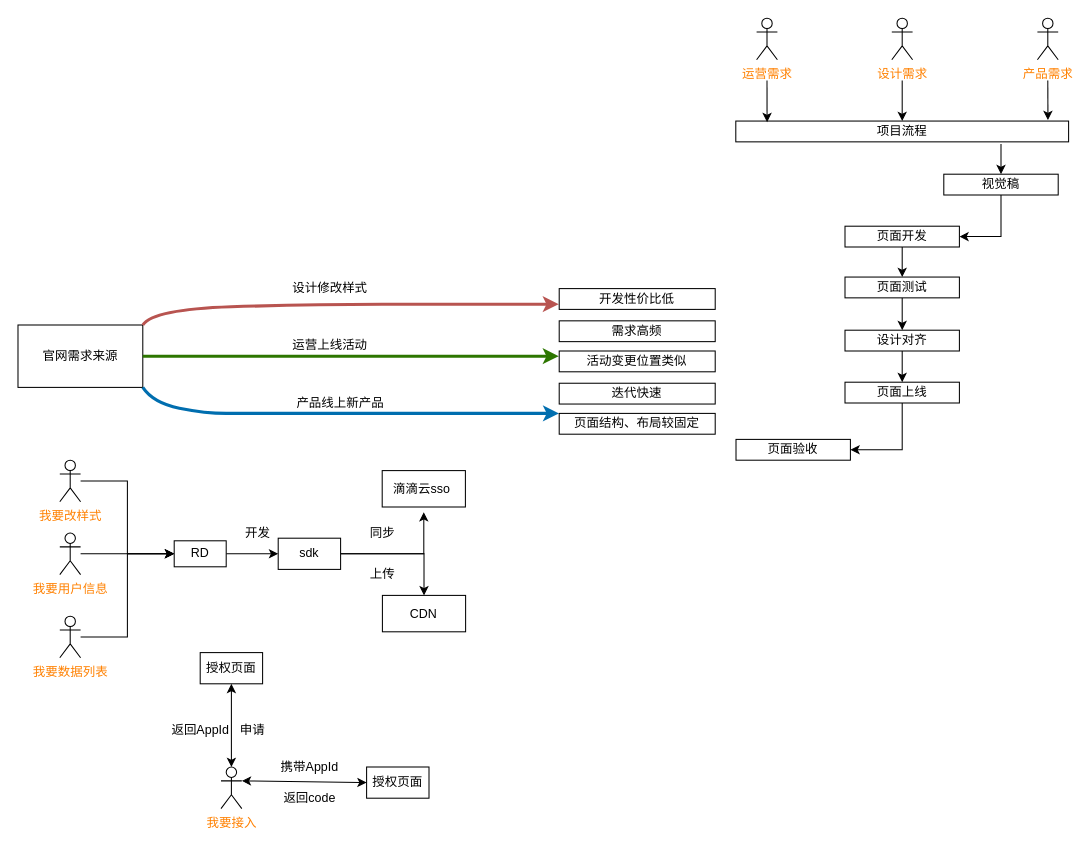
This is page "Page-1" (1 of 5) of Untitled Diagram.drawio from zyx1992/hexoDocs, a draw.io file, before an edit. Source tidied: cells renumbered, new cells numbered last; positions are measured from the earlier drawing's top-left corner, leaving out a move shared by most shapes. Both pictures are drawn from the tidied source at 104%, with x=0, y=0 at pixel (18, 18).
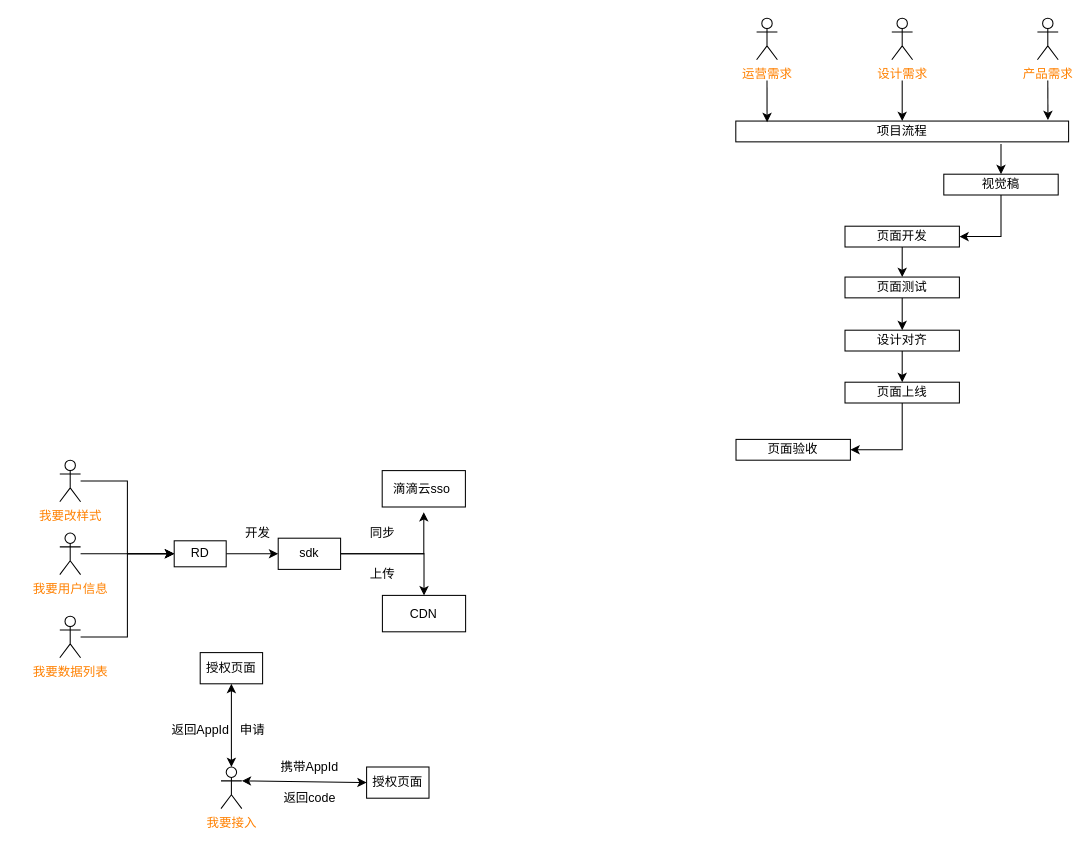
The same page after the edit.

Diff of the diagram source:
```diff
@@
-    <mxCell id="46" value="官网需求来源" style="rounded=0;whiteSpace=wrap;html=1;" parent="1" vertex="1">
-      <mxGeometry x="-0.2" y="295" width="120" height="60" as="geometry" />
-    </mxCell>
-    <mxCell id="47" style="curved=1;endArrow=classic;html=1;exitX=1;exitY=0;exitDx=0;exitDy=0;strokeWidth=3;fillColor=#f8cecc;strokeColor=#b85450;" parent="1" edge="1" source="46">
-      <mxGeometry relative="1" as="geometry">
-        <mxPoint x="519.8" y="275" as="targetPoint" />
-        <Array as="points">
-          <mxPoint x="129.8" y="280" />
-          <mxPoint x="279.8" y="275" />
-          <mxPoint x="419.8" y="275" />
-        </Array>
-      </mxGeometry>
-    </mxCell>
-    <mxCell id="48" style="curved=1;endArrow=classic;html=1;exitX=1;exitY=0.5;exitDx=0;exitDy=0;strokeWidth=3;fillColor=#60a917;strokeColor=#2D7600;" parent="1" edge="1" source="46">
-      <mxGeometry relative="1" as="geometry">
-        <mxPoint x="519.8" y="325" as="targetPoint" />
-        <Array as="points">
-          <mxPoint x="179.8" y="325" />
-          <mxPoint x="319.8" y="325" />
-        </Array>
-      </mxGeometry>
-    </mxCell>
-    <mxCell id="49" style="curved=1;endArrow=classic;html=1;exitX=1;exitY=1;exitDx=0;exitDy=0;strokeWidth=3;fillColor=#1ba1e2;strokeColor=#006EAF;" parent="1" edge="1" source="46">
-      <mxGeometry relative="1" as="geometry">
-        <mxPoint x="520" y="380" as="targetPoint" />
-        <Array as="points">
-          <mxPoint x="129.8" y="370" />
-          <mxPoint x="180" y="380" />
-          <mxPoint x="220" y="380" />
-          <mxPoint x="320" y="380" />
-        </Array>
-      </mxGeometry>
-    </mxCell>
-    <mxCell id="50" value="设计修改样式" style="text;html=1;strokeColor=none;fillColor=none;align=center;verticalAlign=middle;whiteSpace=wrap;rounded=0;" parent="1" vertex="1">
-      <mxGeometry x="249.8" y="250" width="100" height="20" as="geometry" />
-    </mxCell>
-    <mxCell id="51" value="运营上线活动" style="text;html=1;strokeColor=none;fillColor=none;align=center;verticalAlign=middle;whiteSpace=wrap;rounded=0;" parent="1" vertex="1">
-      <mxGeometry x="249.8" y="305" width="100" height="20" as="geometry" />
-    </mxCell>
-    <mxCell id="52" value="产品线上新产品" style="text;html=1;strokeColor=none;fillColor=none;align=center;verticalAlign=middle;whiteSpace=wrap;rounded=0;" parent="1" vertex="1">
-      <mxGeometry x="259.8" y="360" width="100" height="20" as="geometry" />
-    </mxCell>
-    <mxCell id="53" value="开发性价比低" style="rounded=0;whiteSpace=wrap;html=1;" parent="1" vertex="1">
-      <mxGeometry x="520.2" y="260" width="150" height="20" as="geometry" />
-    </mxCell>
-    <mxCell id="54" value="需求高频" style="rounded=0;whiteSpace=wrap;html=1;" parent="1" vertex="1">
-      <mxGeometry x="520.2" y="291" width="150" height="20" as="geometry" />
-    </mxCell>
-    <mxCell id="55" value="活动变更位置类似" style="rounded=0;whiteSpace=wrap;html=1;" parent="1" vertex="1">
-      <mxGeometry x="520.2" y="320" width="150" height="20" as="geometry" />
-    </mxCell>
-    <mxCell id="56" value="迭代快速" style="rounded=0;whiteSpace=wrap;html=1;" parent="1" vertex="1">
-      <mxGeometry x="520.2" y="351" width="150" height="20" as="geometry" />
-    </mxCell>
-    <mxCell id="57" value="页面结构、布局较固定" style="rounded=0;whiteSpace=wrap;html=1;" parent="1" vertex="1">
-      <mxGeometry x="520.2" y="380" width="150" height="20" as="geometry" />
-    </mxCell>
```
